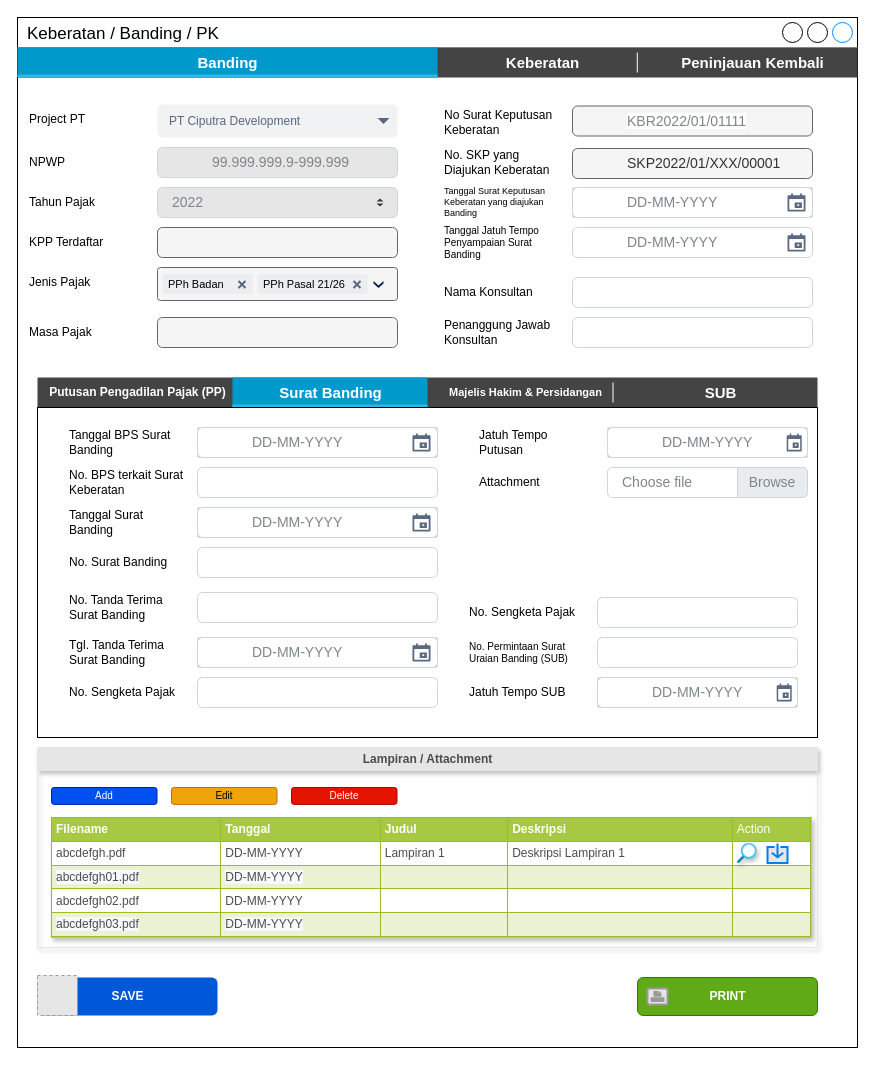
Above: page "4.0 Banding_addnew" (15 of 21) of TAMS.drawio in prasetyodavid/TAMS (draw.io), before the change. Source tidied: cells renumbered, new cells numbered last; positions are measured from the earlier drawing's top-left corner, leaving out a move shared by most shapes. Both pictures are drawn from the tidied source at 100%, with x=0, y=0 at pixel (17, 17). Pictures stored in the file or linked from it are replaced by grey dashed boxes.
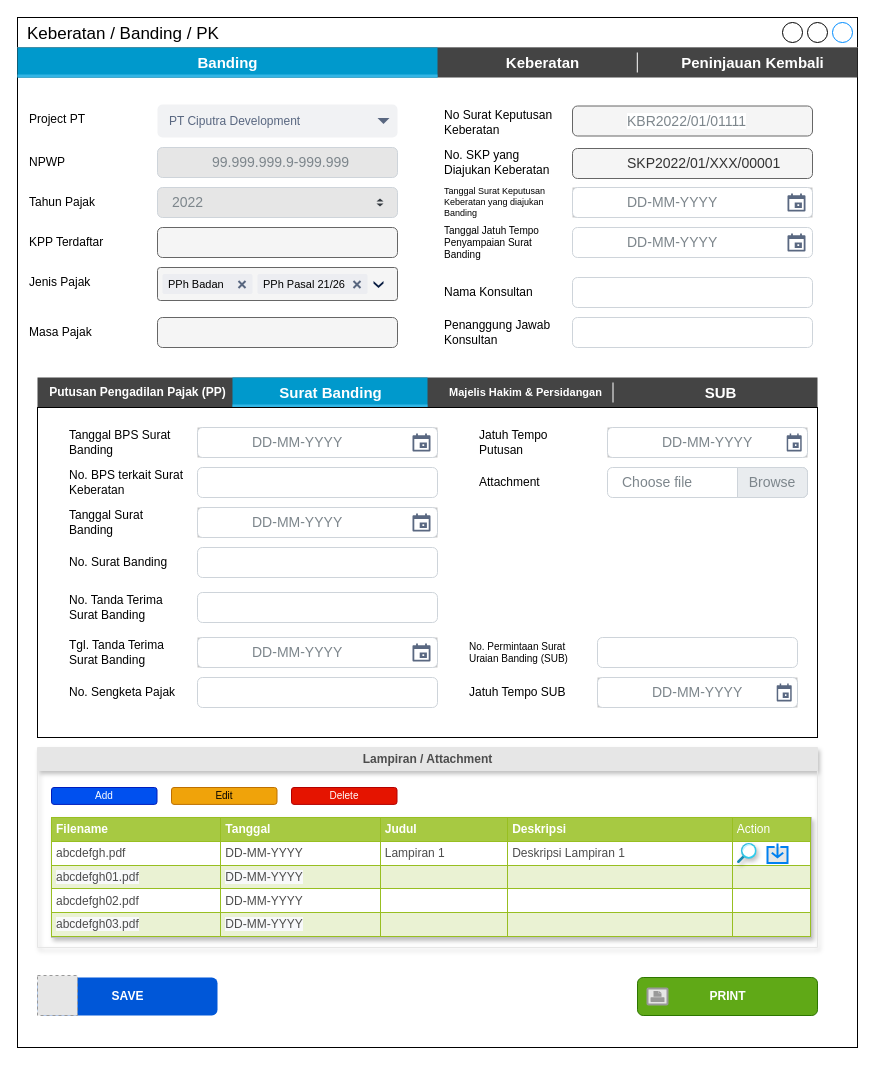
The same page after the edit.

The edit, as a diff of the source:
```diff
@@
-    <mxCell id="89" value="No. Sengketa Pajak" style="text;html=1;strokeColor=none;fillColor=none;align=left;verticalAlign=middle;whiteSpace=wrap;rounded=0;fontColor=default;" parent="1" vertex="1">
-      <mxGeometry x="450" y="580" width="120" height="30" as="geometry" />
-    </mxCell>
-    <mxCell id="90" style="html=1;shadow=0;dashed=0;shape=mxgraph.bootstrap.rrect;rSize=5;strokeColor=#CED4DA;html=1;whiteSpace=wrap;fillColor=#FFFFFF;fontColor=#7D868C;align=left;spacing=15;spacingLeft=40;fontSize=14;" parent="1" vertex="1">
-      <mxGeometry x="580" y="580" width="200" height="30" as="geometry" />
-    </mxCell>
```
